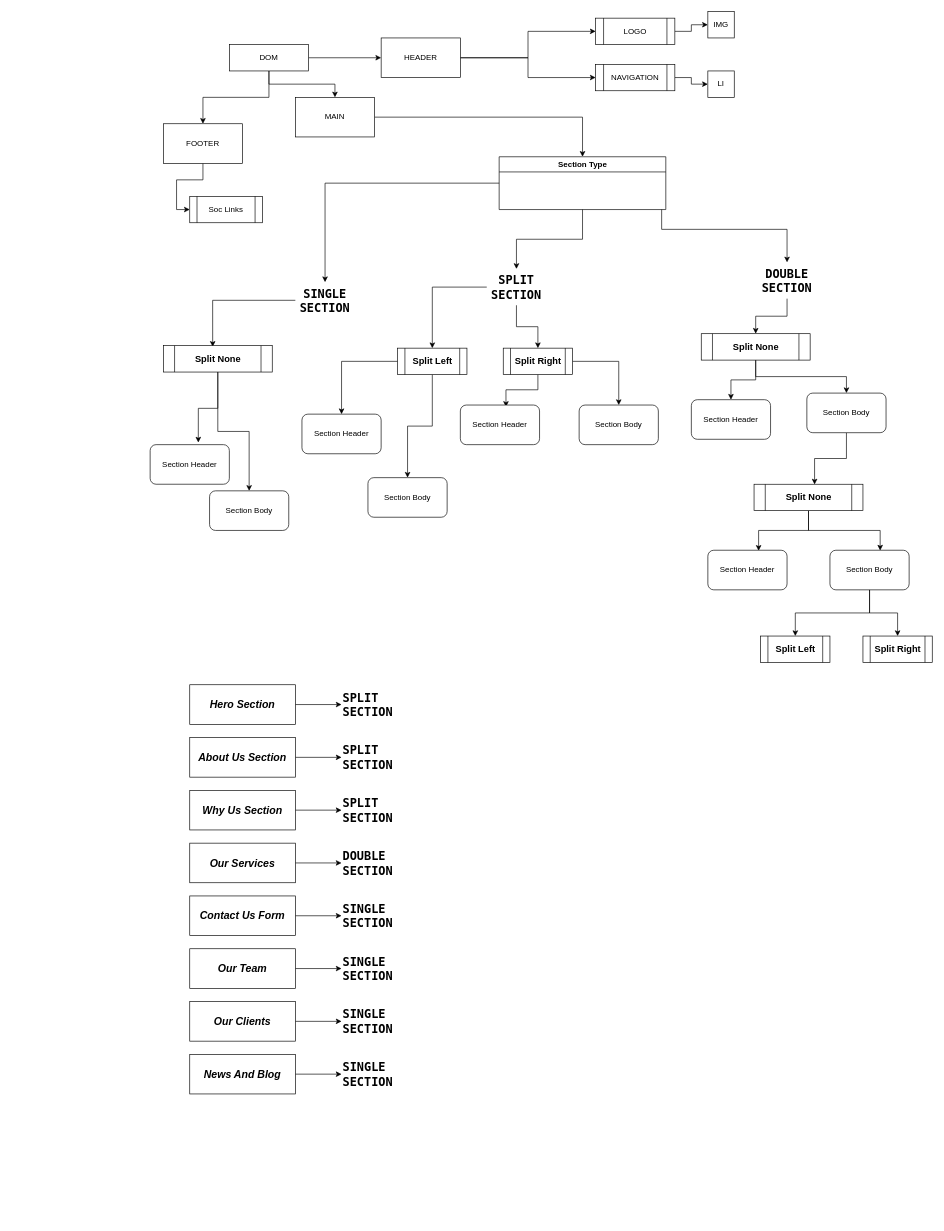
Earlier version of the draw.io diagram Untitled Diagram.drawio (erazmozen/React-Gallery). Source tidied: cells renumbered, new cells numbered last; positions are measured from the earlier drawing's top-left corner, leaving out a move shared by most shapes. Both pictures are drawn from the tidied source at 66%, with x=0, y=0 at pixel (150, 11).
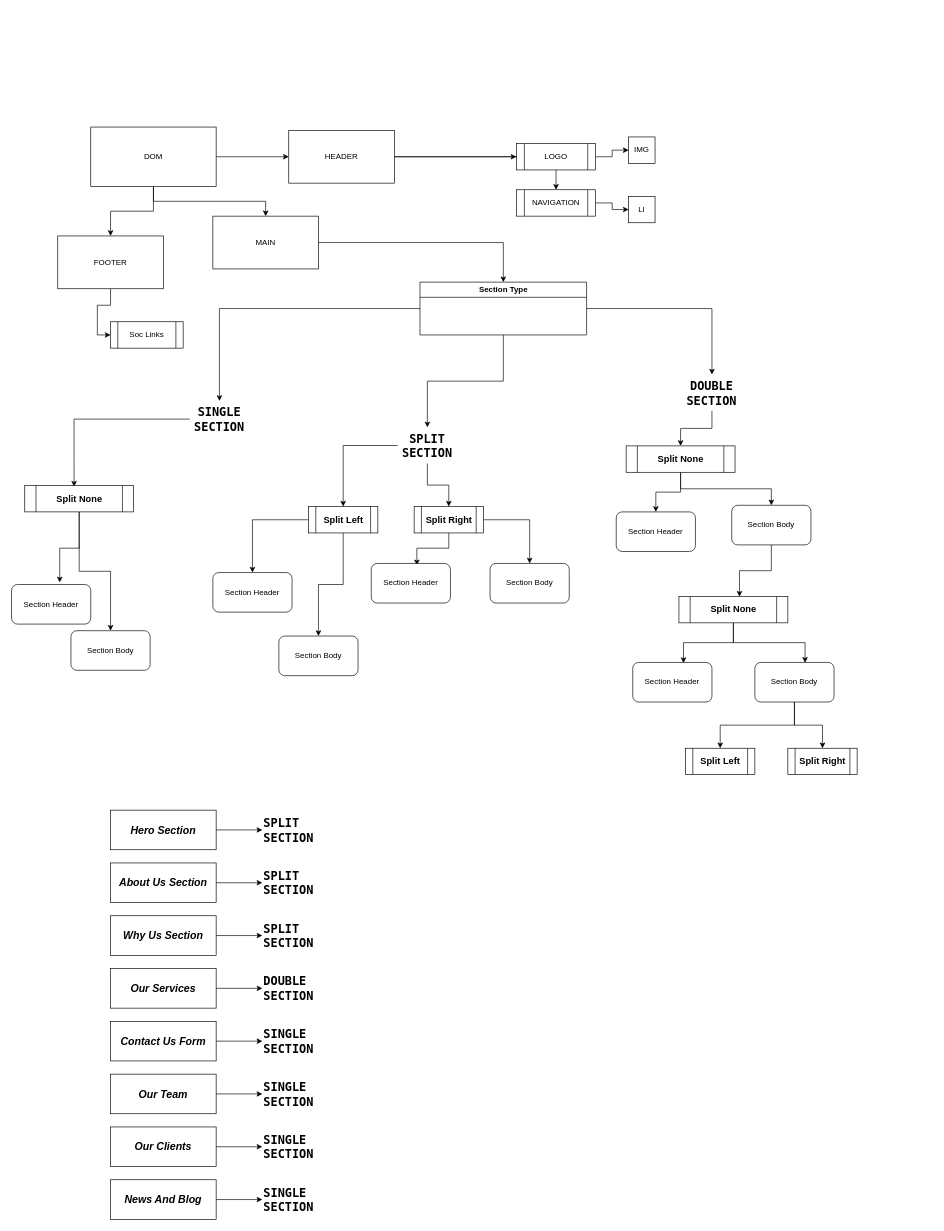
The same page after the edit.

Change to the diagram source:
```diff
@@
     <mxCell id="5" value="DOM" style="rounded=0;whiteSpace=wrap;html=1;" parent="1" vertex="1">
-      <mxGeometry x="120" y="50" width="120" height="40" as="geometry" />
+      <mxGeometry x="-90" y="175" width="190" height="90" as="geometry" />
     </mxCell>
@@
     <mxCell id="8" value="HEADER" style="rounded=0;whiteSpace=wrap;html=1;" parent="1" vertex="1">
-      <mxGeometry x="350" y="40" width="120" height="60" as="geometry" />
+      <mxGeometry x="210" y="180" width="160" height="80" as="geometry" />
     </mxCell>
@@
     <mxCell id="10" value="FOOTER" style="rounded=0;whiteSpace=wrap;html=1;" parent="1" vertex="1">
-      <mxGeometry x="20" y="170" width="120" height="60" as="geometry" />
+      <mxGeometry x="-140" y="340" width="160" height="80" as="geometry" />
     </mxCell>
@@
     <mxCell id="12" value="MAIN" style="rounded=0;whiteSpace=wrap;html=1;" parent="1" vertex="1">
-      <mxGeometry x="220" y="130" width="120" height="60" as="geometry" />
+      <mxGeometry x="95" y="310" width="160" height="80" as="geometry" />
     </mxCell>
@@
     <mxCell id="14" value="NAVIGATION" style="shape=process;whiteSpace=wrap;html=1;backgroundOutline=1;" parent="1" vertex="1">
-      <mxGeometry x="675" y="80" width="120" height="40" as="geometry" />
+      <mxGeometry x="555" y="270" width="120" height="40" as="geometry" />
     </mxCell>
@@
     <mxCell id="16" value="LOGO" style="shape=process;whiteSpace=wrap;html=1;backgroundOutline=1;" parent="1" vertex="1">
-      <mxGeometry x="675" y="10" width="120" height="40" as="geometry" />
+      <mxGeometry x="555" y="200" width="120" height="40" as="geometry" />
     </mxCell>
     <mxCell id="17" value="LI" style="whiteSpace=wrap;html=1;" parent="1" vertex="1">
-      <mxGeometry x="845" y="90" width="40" height="40" as="geometry" />
+      <mxGeometry x="725" y="280" width="40" height="40" as="geometry" />
     </mxCell>
     <mxCell id="18" value="IMG" style="whiteSpace=wrap;html=1;" parent="1" vertex="1">
-      <mxGeometry x="845" width="40" height="40" as="geometry" />
+      <mxGeometry x="725" y="190" width="40" height="40" as="geometry" />
     </mxCell>
     <mxCell id="19" value="Section Header" style="rounded=1;whiteSpace=wrap;html=1;" parent="1" vertex="1">
-      <mxGeometry x="820" y="588.1" width="120" height="60" as="geometry" />
+      <mxGeometry x="706.2" y="758.1" width="120" height="60" as="geometry" />
     </mxCell>
@@
     <mxCell id="21" value="Section Body" style="rounded=1;whiteSpace=wrap;html=1;glass=0;" parent="1" vertex="1">
-      <mxGeometry x="995" y="578.1" width="120" height="60" as="geometry" />
+      <mxGeometry x="881.2" y="748.1" width="120" height="60" as="geometry" />
     </mxCell>
@@
-    <mxCell id="24" style="edgeStyle=orthogonalEdgeStyle;rounded=0;jettySize=auto;html=1;entryX=0.5;entryY=0;entryDx=0;entryDy=0;" parent="1" edge="1" source="25" target="32">
-      <mxGeometry relative="1" as="geometry">
-        <Array as="points">
-          <mxPoint x="775" y="330" />
-        </Array>
-      </mxGeometry>
+    <mxCell id="24" style="edgeStyle=orthogonalEdgeStyle;rounded=0;jettySize=auto;html=1;" parent="1" edge="1" source="25" target="32">
+      <mxGeometry relative="1" as="geometry" />
     </mxCell>
     <mxCell id="25" value="Section Type" style="swimlane;whiteSpace=wrap;html=1;" parent="1" vertex="1">
-      <mxGeometry x="528.8" y="220" width="252.5" height="80" as="geometry" />
+      <mxGeometry x="408.8" y="410" width="252.5" height="80" as="geometry" />
     </mxCell>
@@
     <mxCell id="28" value="&lt;font style=&quot;font-size: 18px;&quot; face=&quot;Lucida Console&quot;&gt;&lt;b&gt;SPLIT&lt;br&gt;SECTION&lt;/b&gt;&lt;/font&gt;" style="text;html=1;strokeColor=none;fillColor=none;align=center;verticalAlign=middle;whiteSpace=wrap;rounded=0;" parent="1" vertex="1">
-      <mxGeometry x="510" y="390" width="90" height="55" as="geometry" />
+      <mxGeometry x="375" y="630" width="90" height="55" as="geometry" />
     </mxCell>
@@
     <mxCell id="30" value="&lt;font style=&quot;font-size: 18px;&quot; face=&quot;Lucida Console&quot;&gt;&lt;b&gt;SINGLE&lt;br&gt;SECTION&lt;/b&gt;&lt;/font&gt;" style="text;html=1;strokeColor=none;fillColor=none;align=center;verticalAlign=middle;whiteSpace=wrap;rounded=0;glass=0;" parent="1" vertex="1">
-      <mxGeometry x="220" y="410" width="90" height="55" as="geometry" />
+      <mxGeometry x="60" y="590" width="90" height="55" as="geometry" />
     </mxCell>
@@
     <mxCell id="32" value="&lt;font style=&quot;font-size: 18px;&quot; face=&quot;Lucida Console&quot;&gt;&lt;b&gt;DOUBLE&lt;br&gt;SECTION&lt;/b&gt;&lt;/font&gt;" style="text;html=1;strokeColor=none;fillColor=none;align=center;verticalAlign=middle;whiteSpace=wrap;rounded=0;" parent="1" vertex="1">
-      <mxGeometry x="920" y="380" width="90" height="55" as="geometry" />
+      <mxGeometry x="806.2" y="550" width="90" height="55" as="geometry" />
     </mxCell>
     <mxCell id="33" value="Section Body" style="rounded=1;whiteSpace=wrap;html=1;" parent="1" vertex="1">
-      <mxGeometry x="90" y="726.2" width="120" height="60" as="geometry" />
+      <mxGeometry x="-120" y="938.1" width="120" height="60" as="geometry" />
     </mxCell>
     <mxCell id="34" value="Section Header" style="rounded=1;whiteSpace=wrap;html=1;" parent="1" vertex="1">
-      <mxGeometry y="656.2" width="120" height="60" as="geometry" />
+      <mxGeometry x="-210" y="868.1" width="120" height="60" as="geometry" />
     </mxCell>
     <mxCell id="35" value="Section Body" style="rounded=1;whiteSpace=wrap;html=1;" parent="1" vertex="1">
-      <mxGeometry x="330" y="706.2" width="120" height="60" as="geometry" />
+      <mxGeometry x="195" y="946.2" width="120" height="60" as="geometry" />
     </mxCell>
     <mxCell id="36" value="Section Header" style="rounded=1;whiteSpace=wrap;html=1;" parent="1" vertex="1">
-      <mxGeometry x="230" y="610" width="120" height="60" as="geometry" />
+      <mxGeometry x="95" y="850" width="120" height="60" as="geometry" />
     </mxCell>
     <mxCell id="37" value="Soc Links" style="shape=process;whiteSpace=wrap;html=1;backgroundOutline=1;" parent="1" vertex="1">
-      <mxGeometry x="60" y="280" width="110" height="40" as="geometry" />
+      <mxGeometry x="-60" y="470" width="110" height="40" as="geometry" />
     </mxCell>
@@
     <mxCell id="40" value="&lt;b style=&quot;border-color: var(--border-color);&quot;&gt;&lt;font style=&quot;font-size: 14px;&quot;&gt;Split None&lt;/font&gt;&lt;/b&gt;" style="shape=process;whiteSpace=wrap;html=1;backgroundOutline=1;" parent="1" vertex="1">
-      <mxGeometry x="20" y="506.2" width="165" height="40" as="geometry" />
+      <mxGeometry x="-190" y="718.1" width="165" height="40" as="geometry" />
     </mxCell>
@@
     <mxCell id="43" value="&lt;b style=&quot;border-color: var(--border-color);&quot;&gt;&lt;font style=&quot;font-size: 14px;&quot;&gt;Split Left&lt;/font&gt;&lt;/b&gt;" style="shape=process;whiteSpace=wrap;html=1;backgroundOutline=1;" parent="1" vertex="1">
-      <mxGeometry x="375" y="510" width="105" height="40" as="geometry" />
+      <mxGeometry x="240" y="750" width="105" height="40" as="geometry" />
     </mxCell>
@@
     <mxCell id="46" value="&lt;b style=&quot;border-color: var(--border-color);&quot;&gt;&lt;font style=&quot;font-size: 14px;&quot;&gt;Split Right&lt;/font&gt;&lt;/b&gt;" style="shape=process;whiteSpace=wrap;html=1;backgroundOutline=1;" parent="1" vertex="1">
-      <mxGeometry x="535" y="510" width="105" height="40" as="geometry" />
+      <mxGeometry x="400" y="750" width="105" height="40" as="geometry" />
     </mxCell>
@@
     <mxCell id="49" value="&lt;b style=&quot;border-color: var(--border-color);&quot;&gt;&lt;font style=&quot;font-size: 14px;&quot;&gt;Split None&lt;/font&gt;&lt;/b&gt;" style="shape=process;whiteSpace=wrap;html=1;backgroundOutline=1;" parent="1" vertex="1">
-      <mxGeometry x="835" y="488.1" width="165" height="40" as="geometry" />
+      <mxGeometry x="721.2" y="658.1" width="165" height="40" as="geometry" />
     </mxCell>
     <mxCell id="50" value="&lt;b style=&quot;border-color: var(--border-color);&quot;&gt;&lt;font style=&quot;font-size: 14px;&quot;&gt;Split Left&lt;/font&gt;&lt;/b&gt;" style="shape=process;whiteSpace=wrap;html=1;backgroundOutline=1;" parent="1" vertex="1">
-      <mxGeometry x="925" y="946.2" width="105" height="40" as="geometry" />
+      <mxGeometry x="811.2" y="1116.2" width="105" height="40" as="geometry" />
     </mxCell>
     <mxCell id="51" value="&lt;b style=&quot;border-color: var(--border-color);&quot;&gt;&lt;font style=&quot;font-size: 14px;&quot;&gt;Split Right&lt;/font&gt;&lt;/b&gt;" style="shape=process;whiteSpace=wrap;html=1;backgroundOutline=1;" parent="1" vertex="1">
-      <mxGeometry x="1080" y="946.2" width="105" height="40" as="geometry" />
+      <mxGeometry x="966.2" y="1116.2" width="105" height="40" as="geometry" />
     </mxCell>
@@
     <mxCell id="53" value="Why Us Section" style="whiteSpace=wrap;align=center;html=1;fontStyle=3;fontSize=16;" parent="1" vertex="1">
-      <mxGeometry x="60" y="1180" width="160" height="60" as="geometry" />
+      <mxGeometry x="-60" y="1370" width="160" height="60" as="geometry" />
     </mxCell>
@@
     <mxCell id="55" value="News And Blog" style="whiteSpace=wrap;align=center;html=1;fontStyle=3;fontSize=16;" parent="1" vertex="1">
-      <mxGeometry x="60" y="1580" width="160" height="60" as="geometry" />
+      <mxGeometry x="-60" y="1770" width="160" height="60" as="geometry" />
     </mxCell>
@@
     <mxCell id="57" value="Our Clients" style="whiteSpace=wrap;align=center;html=1;fontStyle=3;fontSize=16;" parent="1" vertex="1">
-      <mxGeometry x="60" y="1500" width="160" height="60" as="geometry" />
+      <mxGeometry x="-60" y="1690" width="160" height="60" as="geometry" />
     </mxCell>
@@
     <mxCell id="59" value="Our Team" style="whiteSpace=wrap;align=center;html=1;fontStyle=3;fontSize=16;" parent="1" vertex="1">
-      <mxGeometry x="60" y="1420" width="160" height="60" as="geometry" />
+      <mxGeometry x="-60" y="1610" width="160" height="60" as="geometry" />
     </mxCell>
@@
     <mxCell id="61" value="Contact Us Form" style="whiteSpace=wrap;align=center;html=1;fontStyle=3;fontSize=16;" parent="1" vertex="1">
-      <mxGeometry x="60" y="1340" width="160" height="60" as="geometry" />
+      <mxGeometry x="-60" y="1530" width="160" height="60" as="geometry" />
     </mxCell>
@@
     <mxCell id="63" value="About Us Section" style="whiteSpace=wrap;align=center;html=1;fontStyle=3;fontSize=16;" parent="1" vertex="1">
-      <mxGeometry x="60" y="1100" width="160" height="60" as="geometry" />
+      <mxGeometry x="-60" y="1290" width="160" height="60" as="geometry" />
     </mxCell>
@@
     <mxCell id="65" value="Hero Section" style="align=center;whiteSpace=wrap;fontStyle=3;fontSize=16;" parent="1" vertex="1">
-      <mxGeometry x="60" y="1020" width="160" height="60" as="geometry" />
+      <mxGeometry x="-60" y="1210" width="160" height="60" as="geometry" />
     </mxCell>
@@
     <mxCell id="67" value="Our Services" style="whiteSpace=wrap;align=center;html=1;fontStyle=3;fontSize=16;" parent="1" vertex="1">
-      <mxGeometry x="60" y="1260" width="160" height="60" as="geometry" />
+      <mxGeometry x="-60" y="1450" width="160" height="60" as="geometry" />
     </mxCell>
     <mxCell id="68" value="&lt;font style=&quot;font-size: 18px;&quot; face=&quot;Lucida Console&quot;&gt;&lt;b&gt;SPLIT&lt;br&gt;SECTION&lt;/b&gt;&lt;/font&gt;" style="text;html=1;strokeColor=none;fillColor=none;align=left;verticalAlign=middle;whiteSpace=wrap;rounded=0;" parent="1" vertex="1">
-      <mxGeometry x="290" y="1020" width="120" height="60" as="geometry" />
+      <mxGeometry x="170" y="1210" width="120" height="60" as="geometry" />
     </mxCell>
     <mxCell id="69" value="&lt;font style=&quot;font-size: 18px;&quot; face=&quot;Lucida Console&quot;&gt;&lt;b&gt;SPLIT&lt;br&gt;SECTION&lt;/b&gt;&lt;/font&gt;" style="text;html=1;strokeColor=none;fillColor=none;align=left;verticalAlign=middle;whiteSpace=wrap;rounded=0;" parent="1" vertex="1">
-      <mxGeometry x="290" y="1180" width="120" height="60" as="geometry" />
+      <mxGeometry x="170" y="1370" width="120" height="60" as="geometry" />
     </mxCell>
     <mxCell id="70" value="&lt;font style=&quot;font-size: 18px;&quot; face=&quot;Lucida Console&quot;&gt;&lt;b&gt;SPLIT&lt;br&gt;SECTION&lt;/b&gt;&lt;/font&gt;" style="text;html=1;strokeColor=none;fillColor=none;align=left;verticalAlign=middle;whiteSpace=wrap;rounded=0;" parent="1" vertex="1">
-      <mxGeometry x="290" y="1100" width="120" height="60" as="geometry" />
+      <mxGeometry x="170" y="1290" width="120" height="60" as="geometry" />
     </mxCell>
     <mxCell id="71" value="&lt;font style=&quot;font-size: 18px;&quot; face=&quot;Lucida Console&quot;&gt;&lt;b&gt;DOUBLE&lt;br&gt;SECTION&lt;/b&gt;&lt;/font&gt;" style="text;html=1;strokeColor=none;fillColor=none;align=left;verticalAlign=middle;whiteSpace=wrap;rounded=0;" parent="1" vertex="1">
-      <mxGeometry x="290" y="1260" width="120" height="60" as="geometry" />
+      <mxGeometry x="170" y="1450" width="120" height="60" as="geometry" />
     </mxCell>
     <mxCell id="72" value="&lt;font style=&quot;font-size: 18px;&quot; face=&quot;Lucida Console&quot;&gt;&lt;b&gt;SINGLE&lt;br&gt;SECTION&lt;/b&gt;&lt;/font&gt;" style="text;html=1;strokeColor=none;fillColor=none;align=left;verticalAlign=middle;whiteSpace=wrap;rounded=0;" parent="1" vertex="1">
-      <mxGeometry x="290" y="1340" width="120" height="60" as="geometry" />
+      <mxGeometry x="170" y="1530" width="120" height="60" as="geometry" />
     </mxCell>
     <mxCell id="73" value="&lt;font style=&quot;font-size: 18px;&quot; face=&quot;Lucida Console&quot;&gt;&lt;b&gt;SINGLE&lt;br&gt;SECTION&lt;/b&gt;&lt;/font&gt;" style="text;html=1;strokeColor=none;fillColor=none;align=left;verticalAlign=middle;whiteSpace=wrap;rounded=0;" parent="1" vertex="1">
-      <mxGeometry x="290" y="1420" width="120" height="60" as="geometry" />
+      <mxGeometry x="170" y="1610" width="120" height="60" as="geometry" />
     </mxCell>
     <mxCell id="74" value="&lt;font style=&quot;font-size: 18px;&quot; face=&quot;Lucida Console&quot;&gt;&lt;b&gt;SINGLE&lt;br&gt;SECTION&lt;/b&gt;&lt;/font&gt;" style="text;html=1;strokeColor=none;fillColor=none;align=left;verticalAlign=middle;whiteSpace=wrap;rounded=0;" parent="1" vertex="1">
-      <mxGeometry x="290" y="1500" width="120" height="60" as="geometry" />
+      <mxGeometry x="170" y="1690" width="120" height="60" as="geometry" />
     </mxCell>
     <mxCell id="75" value="&lt;font style=&quot;font-size: 18px;&quot; face=&quot;Lucida Console&quot;&gt;&lt;b&gt;SINGLE&lt;br&gt;SECTION&lt;/b&gt;&lt;/font&gt;" style="text;html=1;strokeColor=none;fillColor=none;align=left;verticalAlign=middle;whiteSpace=wrap;rounded=0;" parent="1" vertex="1">
-      <mxGeometry x="290" y="1580" width="120" height="60" as="geometry" />
+      <mxGeometry x="170" y="1770" width="120" height="60" as="geometry" />
     </mxCell>
     <mxCell id="76" value="Section Header" style="rounded=1;whiteSpace=wrap;html=1;" parent="1" vertex="1">
-      <mxGeometry x="470" y="596.2" width="120" height="60" as="geometry" />
+      <mxGeometry x="335" y="836.2" width="120" height="60" as="geometry" />
     </mxCell>
     <mxCell id="77" value="Section Body" style="rounded=1;whiteSpace=wrap;html=1;" parent="1" vertex="1">
-      <mxGeometry x="650" y="596.2" width="120" height="60" as="geometry" />
+      <mxGeometry x="515" y="836.2" width="120" height="60" as="geometry" />
     </mxCell>
@@
     <mxCell id="80" value="&lt;b style=&quot;border-color: var(--border-color);&quot;&gt;&lt;font style=&quot;font-size: 14px;&quot;&gt;Split None&lt;/font&gt;&lt;/b&gt;" style="shape=process;whiteSpace=wrap;html=1;backgroundOutline=1;" parent="1" vertex="1">
-      <mxGeometry x="915" y="716.2" width="165" height="40" as="geometry" />
+      <mxGeometry x="801.2" y="886.2" width="165" height="40" as="geometry" />
     </mxCell>
     <mxCell id="81" value="Section Header" style="rounded=1;whiteSpace=wrap;html=1;" parent="1" vertex="1">
-      <mxGeometry x="845" y="816.2" width="120" height="60" as="geometry" />
+      <mxGeometry x="731.2" y="986.2" width="120" height="60" as="geometry" />
     </mxCell>
@@
     <mxCell id="84" value="Section Body" style="rounded=1;whiteSpace=wrap;html=1;glass=0;" parent="1" vertex="1">
-      <mxGeometry x="1030" y="816.2" width="120" height="60" as="geometry" />
+      <mxGeometry x="916.2" y="986.2" width="120" height="60" as="geometry" />
     </mxCell>
```
